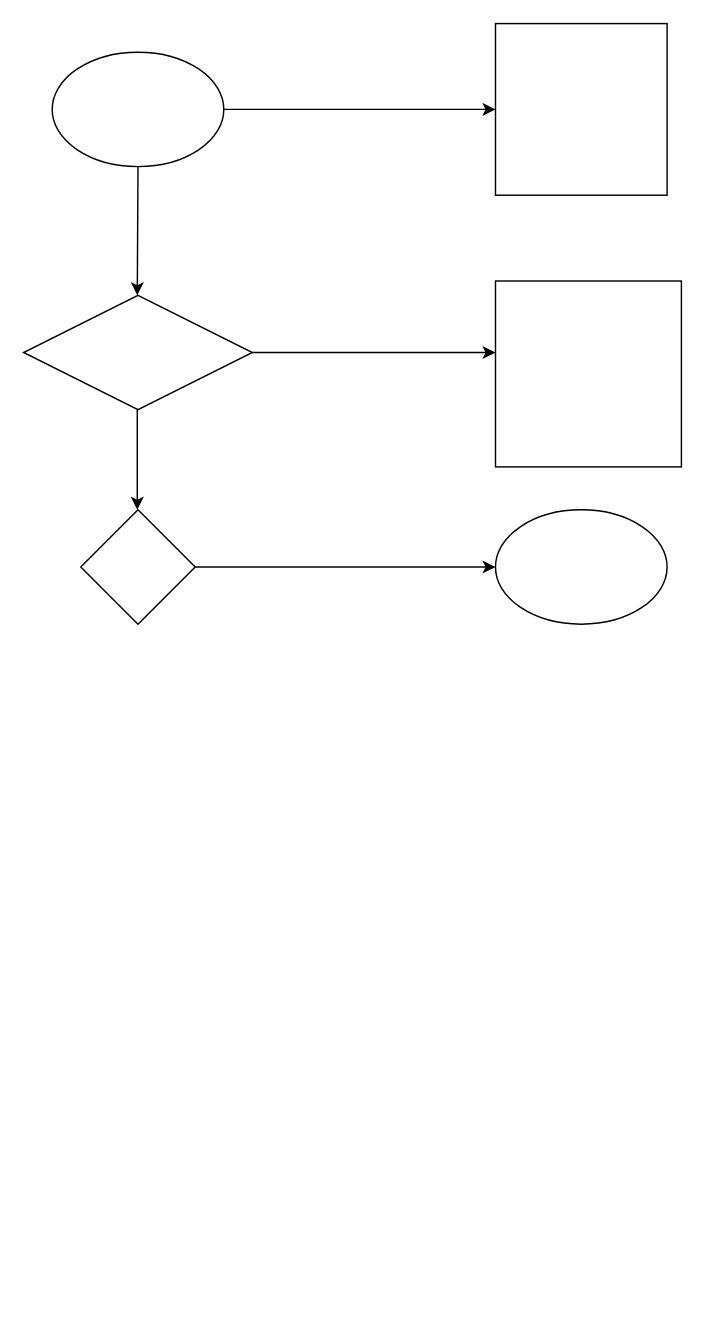
Above: Python.drawio in Daverare24/Python-folder (draw.io), before the change. Source tidied: cells renumbered, new cells numbered last; positions are measured from the earlier drawing's top-left corner, leaving out a move shared by most shapes. Both pictures are drawn from the tidied source at 143%, with x=0, y=0 at pixel (23, 23).
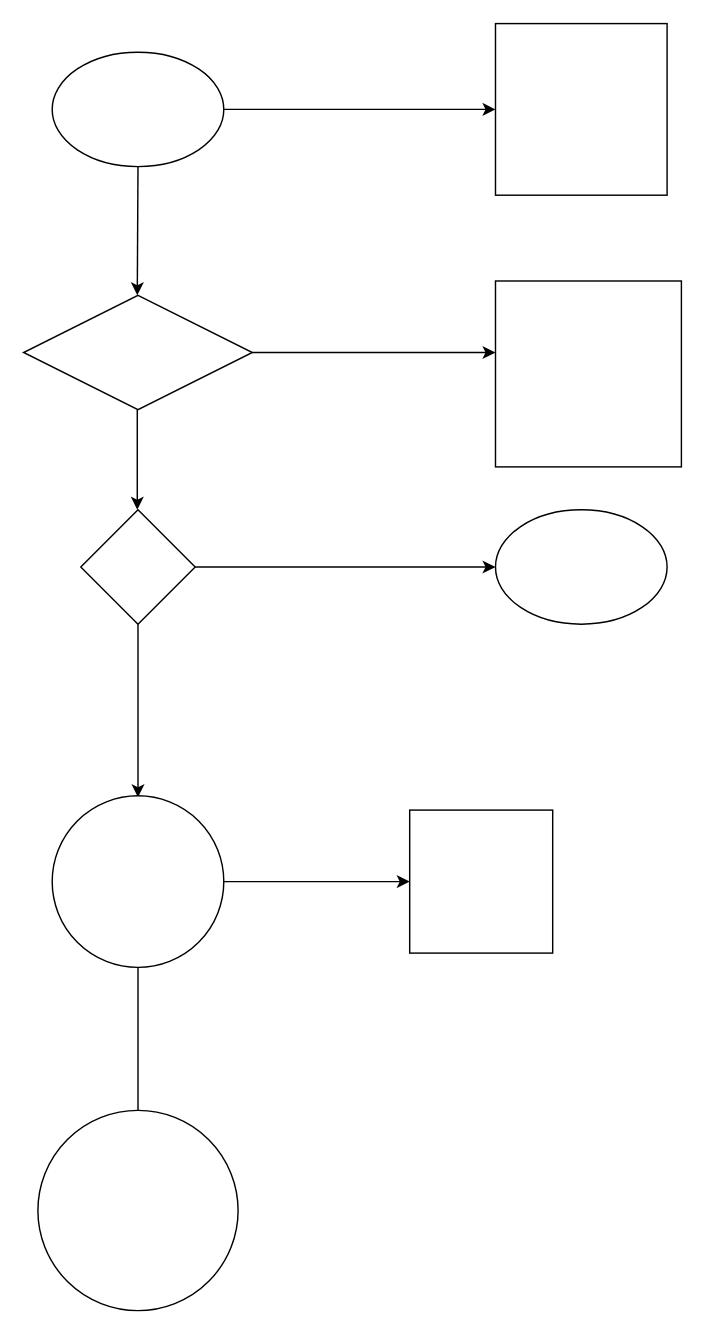
The same diagram, later.

Diff of the diagram source:
```diff
@@
+    <mxCell id="13" style="endArrow=classic;html=1;rounded=0;" parent="1" edge="1">
+      <mxGeometry relative="1" as="geometry">
+        <mxPoint x="80" y="420" as="sourcePoint" />
+        <mxPoint x="80" y="541" as="targetPoint" />
+      </mxGeometry>
+    </mxCell>
+    <mxCell id="14" style="ellipse;whiteSpace=wrap;html=1;" parent="1" vertex="1">
+      <mxGeometry x="20" y="540" width="120" height="120" as="geometry" />
+    </mxCell>
+    <mxCell id="15" style="endArrow=classic;html=1;rounded=0;" parent="1" edge="1">
+      <mxGeometry relative="1" as="geometry">
+        <mxPoint x="80" y="660" as="sourcePoint" />
+        <mxPoint x="80" y="790" as="targetPoint" />
+      </mxGeometry>
+    </mxCell>
+    <mxCell id="16" style="endArrow=classic;html=1;rounded=0;exitX=1;exitY=0.5;exitDx=0;exitDy=0;" parent="1" edge="1" source="14">
+      <mxGeometry relative="1" as="geometry">
+        <mxPoint x="270" y="600" as="targetPoint" />
+      </mxGeometry>
+    </mxCell>
+    <mxCell id="17" style="whiteSpace=wrap;html=1;" parent="1" vertex="1">
+      <mxGeometry x="270" y="550" width="100" height="100" as="geometry" />
+    </mxCell>
+    <mxCell id="18" style="ellipse;whiteSpace=wrap;html=1;" parent="1" vertex="1">
+      <mxGeometry x="10" y="760" width="140" height="140" as="geometry" />
+    </mxCell>
```
